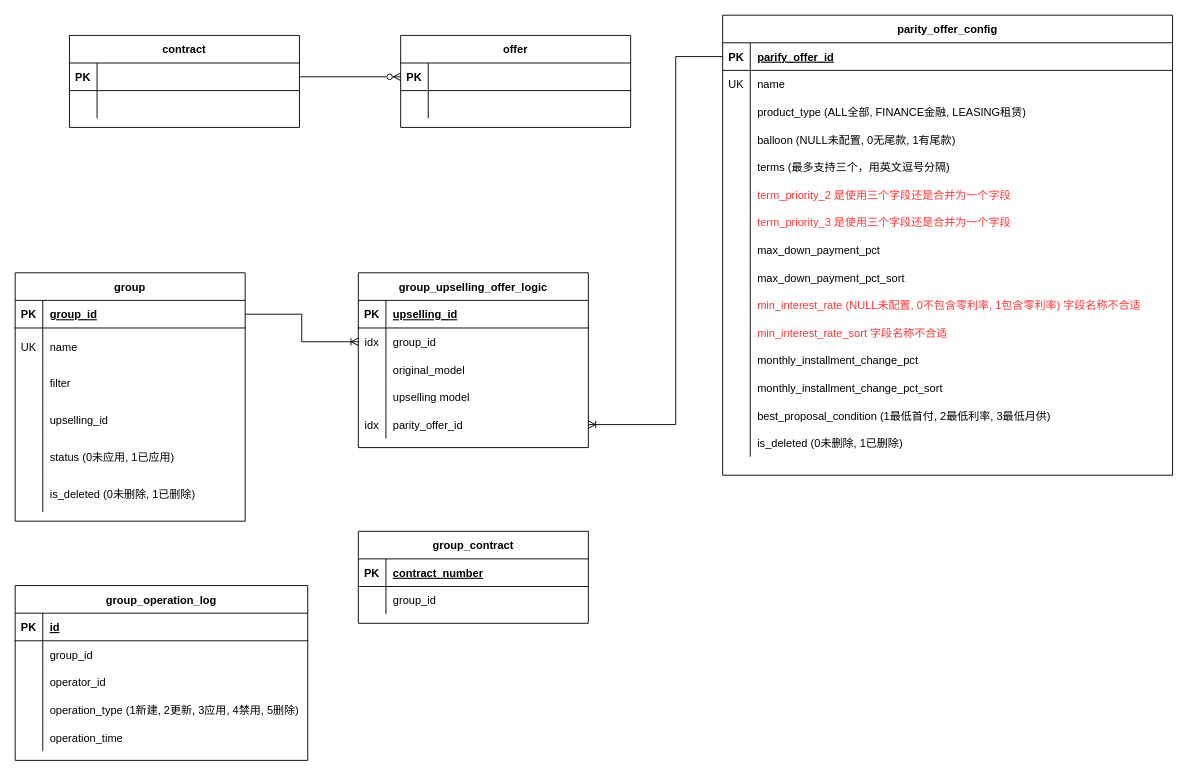
Earlier version of the draw.io diagram insight.drawio (likun0121/insight). Source tidied: cells renumbered, new cells numbered last; positions are measured from the earlier drawing's top-left corner, leaving out a move shared by most shapes. Both pictures are drawn from the tidied source at 92%, with x=0, y=0 at pixel (15, 15).
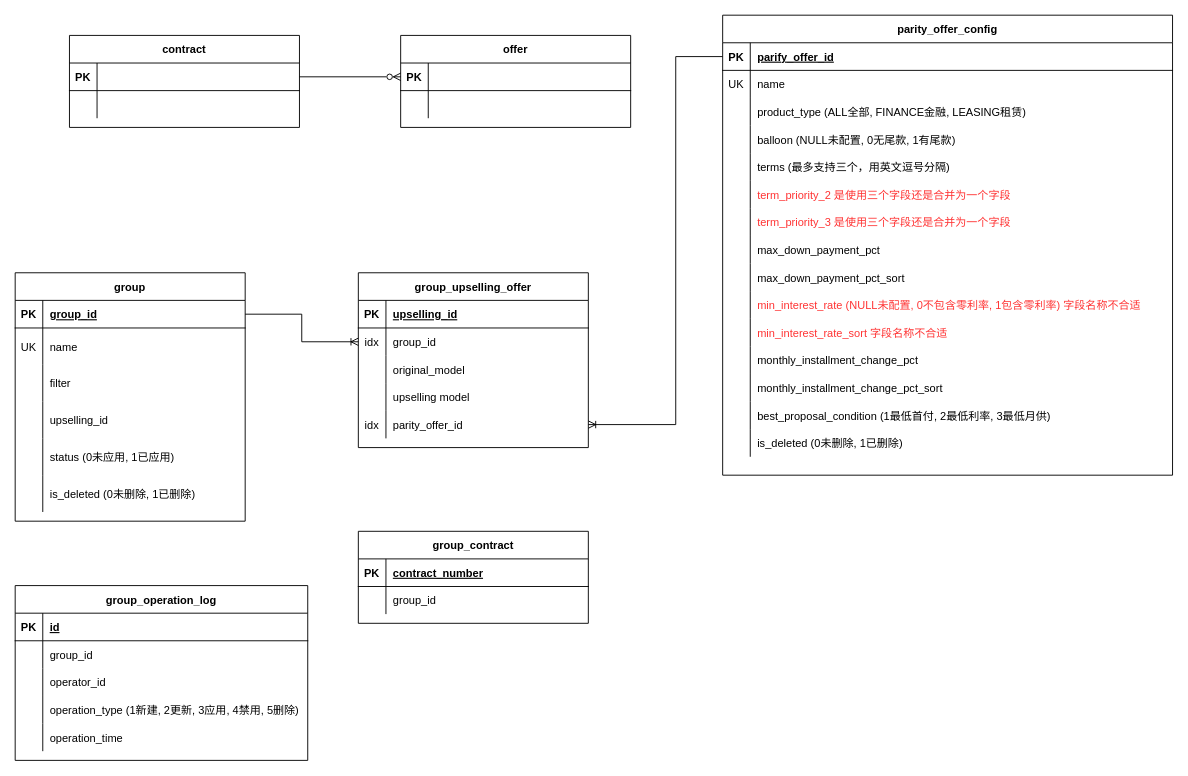
The same diagram, later.

The edit, as a diff of the source:
```diff
@@
-    <mxCell id="82" value="group_upselling_offer_logic" style="shape=table;startSize=30;childLayout=tableLayout;rowLines=0;fontStyle=1;align=center;" parent="1" vertex="1">
+    <mxCell id="82" value="group_upselling_offer" style="shape=table;startSize=30;childLayout=tableLayout;rowLines=0;fontStyle=1;align=center;" parent="1" vertex="1">
       <mxGeometry x="373" y="280" width="250" height="190" as="geometry" />
     </mxCell>
```
